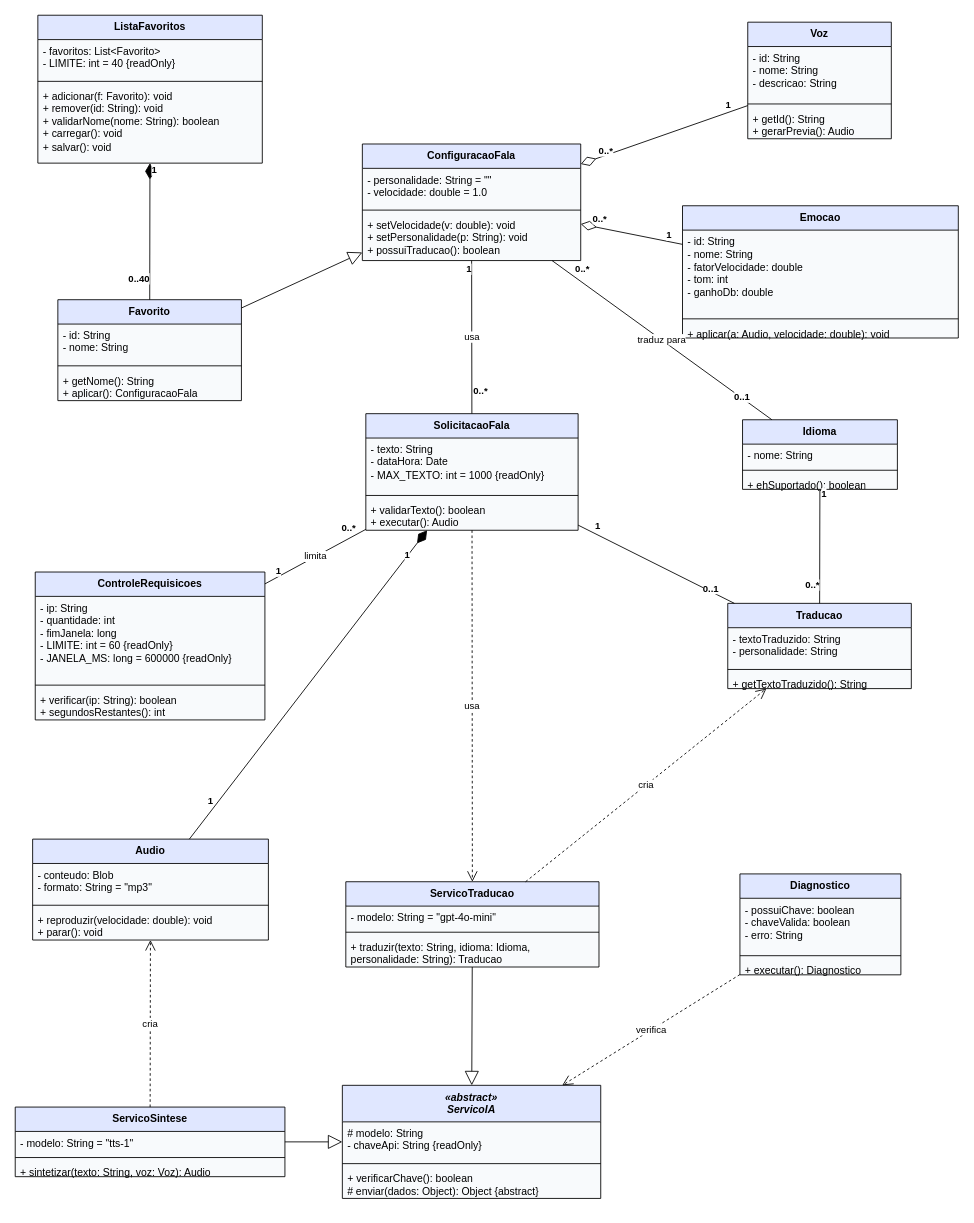
The draw.io diagram docs/diagramas/classes-projeto.drawio in TheObscuro/Tradutor-Neox, before the edit. Source tidied: cells renumbered, new cells numbered last; positions are measured from the earlier drawing's top-left corner, leaving out a move shared by most shapes. Both pictures are drawn from the tidied source at 87%, with x=0, y=0 at pixel (15, 15).
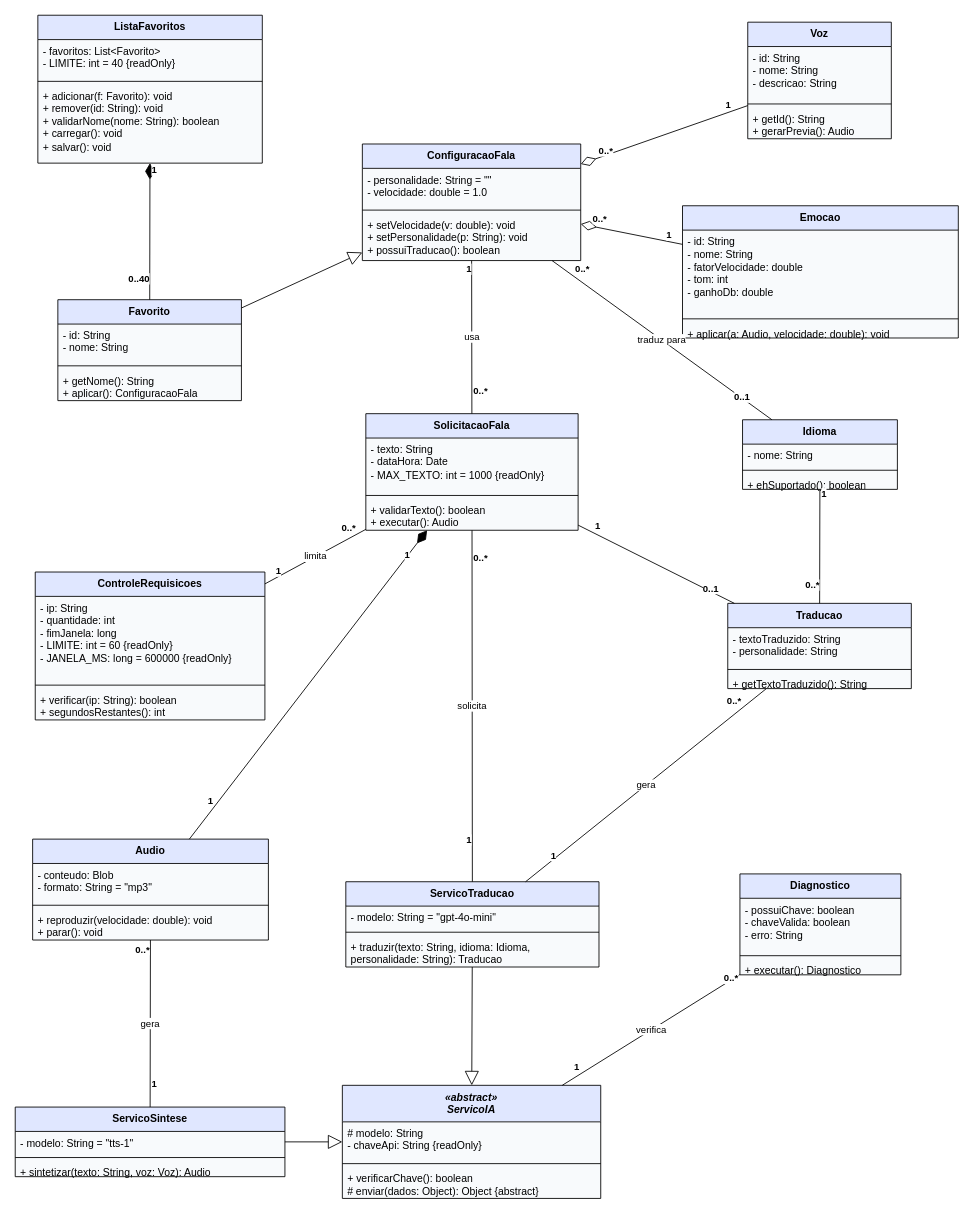
The same page after the edit.

Commit message (it also covers changes not shown here):
fix(uml): troca dependencias por associacoes com multiplicidade

Unchanged cells that the change refers to:
```xml
<mxCell id="26" value="SolicitacaoFala" style="swimlane;fontStyle=1;align=center;verticalAlign=top;horizontal=1;startSize=28;whiteSpace=wrap;html=1;fillColor=#e0e7ff;swimlaneFillColor=#f8fafc;" parent="1" vertex="1">
  <mxGeometry x="403" y="458" width="244" height="134" as="geometry" />
</mxCell>
<mxCell id="30" value="Traducao" style="swimlane;fontStyle=1;align=center;verticalAlign=top;horizontal=1;startSize=28;whiteSpace=wrap;html=1;fillColor=#e0e7ff;swimlaneFillColor=#f8fafc;" parent="1" vertex="1">
  <mxGeometry x="819" y="676" width="211" height="98" as="geometry" />
</mxCell>
<mxCell id="34" value="Audio" style="swimlane;fontStyle=1;align=center;verticalAlign=top;horizontal=1;startSize=28;whiteSpace=wrap;html=1;fillColor=#e0e7ff;swimlaneFillColor=#f8fafc;" parent="1" vertex="1">
  <mxGeometry x="20" y="947" width="271" height="116" as="geometry" />
</mxCell>
<mxCell id="38" value="«abstract»&lt;br&gt;ServicoIA" style="swimlane;fontStyle=3;align=center;verticalAlign=top;horizontal=1;startSize=42;whiteSpace=wrap;html=1;fillColor=#e0e7ff;swimlaneFillColor=#f8fafc;" parent="1" vertex="1">
  <mxGeometry x="376" y="1230" width="297" height="130" as="geometry" />
</mxCell>
<mxCell id="42" value="ServicoTraducao" style="swimlane;fontStyle=1;align=center;verticalAlign=top;horizontal=1;startSize=28;whiteSpace=wrap;html=1;fillColor=#e0e7ff;swimlaneFillColor=#f8fafc;" parent="1" vertex="1">
  <mxGeometry x="380" y="996" width="291" height="98" as="geometry" />
</mxCell>
<mxCell id="46" value="ServicoSintese" style="swimlane;fontStyle=1;align=center;verticalAlign=top;horizontal=1;startSize=28;whiteSpace=wrap;html=1;fillColor=#e0e7ff;swimlaneFillColor=#f8fafc;" parent="1" vertex="1">
  <mxGeometry y="1255" width="310" height="80" as="geometry" />
</mxCell>
<mxCell id="54" value="Diagnostico" style="swimlane;fontStyle=1;align=center;verticalAlign=top;horizontal=1;startSize=28;whiteSpace=wrap;html=1;fillColor=#e0e7ff;swimlaneFillColor=#f8fafc;" parent="1" vertex="1">
  <mxGeometry x="833" y="987" width="185" height="116" as="geometry" />
</mxCell>
```

Change to the diagram source:
```diff
@@
-    <mxCell id="85" value="usa" style="endArrow=open;dashed=1;html=1;endSize=10;" parent="1" edge="1" source="26" target="42">
+    <mxCell id="85" value="solicita" style="endArrow=none;html=1;" parent="1" edge="1" source="26" target="42">
       <mxGeometry relative="1" as="geometry" />
     </mxCell>
+    <mxCell id="92" value="0..*" style="edgeLabel;html=1;align=left;verticalAlign=bottom;fontStyle=1;" parent="85" vertex="1">
+      <mxGeometry x="-0.8" relative="1" as="geometry" />
+    </mxCell>
+    <mxCell id="93" value="1" style="edgeLabel;html=1;align=right;verticalAlign=bottom;fontStyle=1;" parent="85" vertex="1">
+      <mxGeometry x="0.8" relative="1" as="geometry" />
+    </mxCell>
@@
-    <mxCell id="89" value="verifica" style="endArrow=open;dashed=1;html=1;endSize=10;" parent="1" edge="1" source="54" target="38">
+    <mxCell id="89" value="verifica" style="endArrow=none;html=1;" parent="1" edge="1" source="54" target="38">
       <mxGeometry relative="1" as="geometry" />
     </mxCell>
+    <mxCell id="94" value="0..*" style="edgeLabel;html=1;align=left;verticalAlign=bottom;fontStyle=1;" parent="89" vertex="1">
+      <mxGeometry x="-0.8" relative="1" as="geometry" />
+    </mxCell>
+    <mxCell id="95" value="1" style="edgeLabel;html=1;align=right;verticalAlign=bottom;fontStyle=1;" parent="89" vertex="1">
+      <mxGeometry x="0.8" relative="1" as="geometry" />
+    </mxCell>
-    <mxCell id="90" value="cria" style="endArrow=open;dashed=1;html=1;endSize=10;" parent="1" edge="1" source="46" target="34">
+    <mxCell id="90" value="gera" style="endArrow=none;html=1;" parent="1" edge="1" source="46" target="34">
       <mxGeometry relative="1" as="geometry" />
     </mxCell>
+    <mxCell id="96" value="1" style="edgeLabel;html=1;align=left;verticalAlign=bottom;fontStyle=1;" parent="90" vertex="1">
+      <mxGeometry x="-0.8" relative="1" as="geometry" />
+    </mxCell>
+    <mxCell id="97" value="0..*" style="edgeLabel;html=1;align=right;verticalAlign=bottom;fontStyle=1;" parent="90" vertex="1">
+      <mxGeometry x="0.8" relative="1" as="geometry" />
+    </mxCell>
-    <mxCell id="91" value="cria" style="endArrow=open;dashed=1;html=1;endSize=10;" parent="1" edge="1" source="42" target="30">
+    <mxCell id="91" value="gera" style="endArrow=none;html=1;" parent="1" edge="1" source="42" target="30">
       <mxGeometry relative="1" as="geometry" />
     </mxCell>
+    <mxCell id="98" value="1" style="edgeLabel;html=1;align=left;verticalAlign=bottom;fontStyle=1;" parent="91" vertex="1">
+      <mxGeometry x="-0.8" relative="1" as="geometry" />
+    </mxCell>
+    <mxCell id="99" value="0..*" style="edgeLabel;html=1;align=right;verticalAlign=bottom;fontStyle=1;" parent="91" vertex="1">
+      <mxGeometry x="0.8" relative="1" as="geometry" />
+    </mxCell>
```
